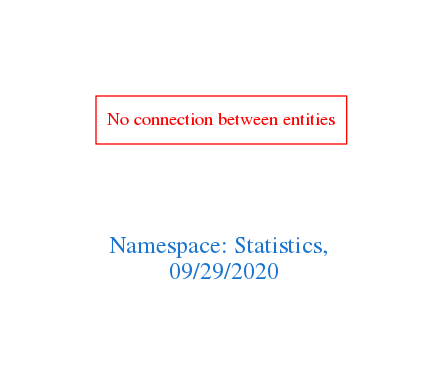
This is downloads/Statistics.png from arago/OGIT, a Graphviz export, as it was before one commit. Its source is kept beside it as downloads/Statistics.dot. The source it was exported from:
```dot
digraph OGIT_ontology {
 graph [ rankdir= LR,pad=1
fontsize = 18,
fontcolor= dodgerblue3,label = "\n\n\nNamespace: Statistics, \n 09/29/2020"];
node[shape=polygon];
edge [  color="gray81"];

"No connection between entities" [fontcolor = "red",color="red", shape="polygon"]
}
```
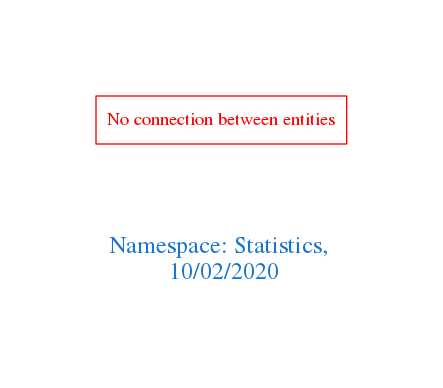
Later version of the same file.

Diff of the diagram source:
```diff
@@ -1,7 +1,7 @@
 digraph OGIT_ontology {
  graph [ rankdir= LR,pad=1
 fontsize = 18,
-fontcolor= dodgerblue3,label = "\n\n\nNamespace: Statistics, \n 09/29/2020"];
+fontcolor= dodgerblue3,label = "\n\n\nNamespace: Statistics, \n 10/02/2020"];
 node[shape=polygon];
 edge [  color="gray81"];
 
```
